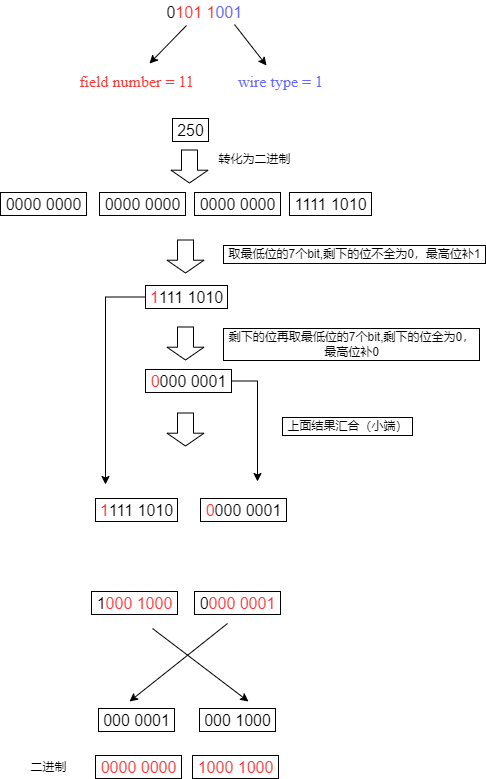
The draw.io diagram protobuf/demo1.png in sihaibao/note, before a commit. Source tidied: cells renumbered, new cells last; positions are measured from the earlier drawing's top-left corner, leaving out a move shared by most shapes.
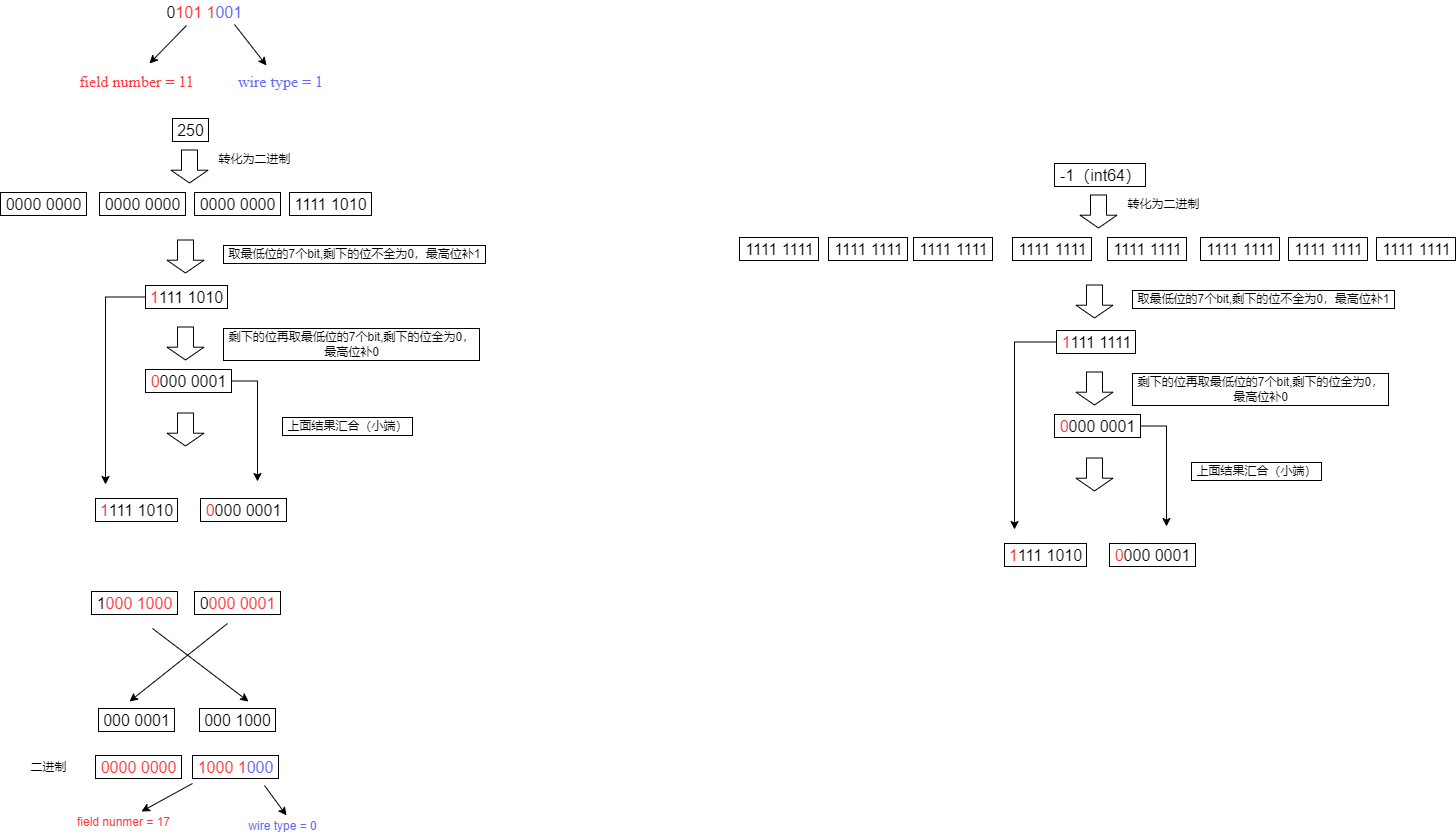
After the commit.

Diff of the diagram source:
```diff
@@ -123,11 +123,114 @@
     <mxCell id="32" value="000 1000" style="text;html=1;align=center;verticalAlign=middle;strokeColor=default;fillColor=none;fontSize=16;" parent="1" vertex="1">
       <mxGeometry x="199" y="708" width="76" height="23" as="geometry" />
     </mxCell>
-    <mxCell id="33" value="&lt;font color=&quot;#ff3333&quot;&gt;1000 1000&lt;/font&gt;" style="text;html=1;align=center;verticalAlign=middle;strokeColor=default;fillColor=none;fontSize=16;" parent="1" vertex="1">
+    <mxCell id="33" value="&lt;font color=&quot;#ff3333&quot;&gt;1000 1&lt;/font&gt;&lt;font color=&quot;#6666ff&quot;&gt;000&lt;/font&gt;" style="text;html=1;align=center;verticalAlign=middle;strokeColor=default;fillColor=none;fontSize=16;" parent="1" vertex="1">
       <mxGeometry x="192" y="755" width="86" height="23" as="geometry" />
     </mxCell>
     <mxCell id="34" value="&lt;font color=&quot;#ff3333&quot;&gt;0000 0000&lt;/font&gt;" style="text;html=1;align=center;verticalAlign=middle;strokeColor=default;fillColor=none;fontSize=16;" parent="1" vertex="1">
       <mxGeometry x="95" y="755" width="86" height="23" as="geometry" />
     </mxCell>
+    <mxCell id="35" style="endArrow=classic;html=1;rounded=0;fontColor=#6666FF;" parent="1" edge="1">
+      <mxGeometry relative="1" as="geometry">
+        <mxPoint x="264" y="785" as="sourcePoint" />
+        <mxPoint x="286" y="815" as="targetPoint" />
+      </mxGeometry>
+    </mxCell>
+    <mxCell id="36" style="endArrow=classic;html=1;rounded=0;fontColor=#6666FF;" parent="1" edge="1">
+      <mxGeometry relative="1" as="geometry">
+        <mxPoint x="192" y="783" as="sourcePoint" />
+        <mxPoint x="141" y="811" as="targetPoint" />
+      </mxGeometry>
+    </mxCell>
+    <mxCell id="37" value="&lt;font color=&quot;#ff3333&quot;&gt;field nunmer = 17&lt;/font&gt;" style="text;html=1;align=center;verticalAlign=middle;strokeColor=none;fillColor=none;fontColor=#6666FF;" parent="1" vertex="1">
+      <mxGeometry x="71" y="813" width="103" height="18" as="geometry" />
+    </mxCell>
+    <mxCell id="38" value="wire type = 0" style="text;html=1;align=center;verticalAlign=middle;strokeColor=none;fillColor=none;fontColor=#6666FF;" parent="1" vertex="1">
+      <mxGeometry x="243" y="817" width="78" height="18" as="geometry" />
+    </mxCell>
+    <mxCell id="39" value="1111 1111" style="text;html=1;align=center;verticalAlign=middle;strokeColor=default;fillColor=none;fontSize=16;" parent="1" vertex="1">
+      <mxGeometry x="1200" y="237" width="79" height="23" as="geometry" />
+    </mxCell>
+    <mxCell id="40" value="1111 1111" style="text;html=1;align=center;verticalAlign=middle;strokeColor=default;fillColor=none;fontSize=16;" parent="1" vertex="1">
+      <mxGeometry x="1107" y="237" width="79" height="23" as="geometry" />
+    </mxCell>
+    <mxCell id="41" value="1111 1111" style="text;html=1;align=center;verticalAlign=middle;strokeColor=default;fillColor=none;fontSize=16;" parent="1" vertex="1">
+      <mxGeometry x="913" y="237" width="79" height="23" as="geometry" />
+    </mxCell>
+    <mxCell id="42" value="1111 1111" style="text;html=1;align=center;verticalAlign=middle;strokeColor=default;fillColor=none;fontSize=16;" parent="1" vertex="1">
+      <mxGeometry x="1012" y="237" width="79" height="23" as="geometry" />
+    </mxCell>
+    <mxCell id="43" value="-1（int64）" style="text;html=1;align=center;verticalAlign=middle;strokeColor=default;fillColor=none;fontSize=16;" parent="1" vertex="1">
+      <mxGeometry x="1054" y="163" width="91" height="23" as="geometry" />
+    </mxCell>
+    <mxCell id="44" style="shape=flexArrow;endArrow=classic;html=1;rounded=0;width=16;endSize=3.93;" parent="1" edge="1">
+      <mxGeometry relative="1" as="geometry">
+        <mxPoint x="1098" y="194" as="sourcePoint" />
+        <mxPoint x="1098" y="228" as="targetPoint" />
+      </mxGeometry>
+    </mxCell>
+    <mxCell id="45" value="转化为二进制" style="text;html=1;align=center;verticalAlign=middle;strokeColor=none;fillColor=none;" parent="1" vertex="1">
+      <mxGeometry x="1122" y="195" width="82" height="18" as="geometry" />
+    </mxCell>
+    <mxCell id="46" style="shape=flexArrow;endArrow=classic;html=1;rounded=0;width=16;endSize=3.93;" parent="1" edge="1">
+      <mxGeometry relative="1" as="geometry">
+        <mxPoint x="1094" y="284" as="sourcePoint" />
+        <mxPoint x="1094" y="318" as="targetPoint" />
+      </mxGeometry>
+    </mxCell>
+    <mxCell id="47" value="取最低位的7个bit,剩下的位不全为0，最高位补1" style="text;html=1;align=center;verticalAlign=middle;strokeColor=default;fillColor=none;" parent="1" vertex="1">
+      <mxGeometry x="1132" y="290" width="262" height="18" as="geometry" />
+    </mxCell>
+    <mxCell id="48" style="edgeStyle=orthogonalEdgeStyle;rounded=0;jettySize=auto;html=1;fontColor=#000000;" parent="1" edge="1" source="49">
+      <mxGeometry relative="1" as="geometry">
+        <mxPoint x="1014" y="529" as="targetPoint" />
+      </mxGeometry>
+    </mxCell>
+    <mxCell id="49" value="&lt;font color=&quot;#ff3333&quot;&gt;1&lt;/font&gt;111 1111" style="text;html=1;align=center;verticalAlign=middle;points=[];strokeColor=default;fillColor=none;fontSize=16;" parent="1" vertex="1">
+      <mxGeometry x="1056" y="330" width="79" height="23" as="geometry" />
+    </mxCell>
+    <mxCell id="50" value="剩下的位再取最低位的7个bit,剩下的位全为0，&lt;br&gt;最高位补0" style="text;html=1;align=center;verticalAlign=middle;strokeColor=default;fillColor=none;" parent="1" vertex="1">
+      <mxGeometry x="1132" y="373" width="256" height="32" as="geometry" />
+    </mxCell>
+    <mxCell id="51" style="shape=flexArrow;endArrow=classic;html=1;rounded=0;width=16;endSize=3.93;" parent="1" edge="1">
+      <mxGeometry relative="1" as="geometry">
+        <mxPoint x="1094" y="371" as="sourcePoint" />
+        <mxPoint x="1094" y="405" as="targetPoint" />
+      </mxGeometry>
+    </mxCell>
+    <mxCell id="52" style="edgeStyle=orthogonalEdgeStyle;rounded=0;jettySize=auto;html=1;fontColor=#000000;" parent="1" edge="1" source="53">
+      <mxGeometry relative="1" as="geometry">
+        <mxPoint x="1166" y="526" as="targetPoint" />
+      </mxGeometry>
+    </mxCell>
+    <mxCell id="53" value="&lt;font color=&quot;#ff3333&quot;&gt;0&lt;/font&gt;000 0001" style="text;html=1;align=center;verticalAlign=middle;points=[];strokeColor=default;fillColor=none;fontSize=16;" parent="1" vertex="1">
+      <mxGeometry x="1054" y="414" width="86" height="23" as="geometry" />
+    </mxCell>
+    <mxCell id="54" style="shape=flexArrow;endArrow=classic;html=1;rounded=0;width=16;endSize=3.93;" parent="1" edge="1">
+      <mxGeometry relative="1" as="geometry">
+        <mxPoint x="1094" y="457" as="sourcePoint" />
+        <mxPoint x="1094" y="491" as="targetPoint" />
+      </mxGeometry>
+    </mxCell>
+    <mxCell id="55" value="上面结果汇合（小端）" style="text;html=1;align=center;verticalAlign=middle;strokeColor=default;fillColor=none;fontColor=#000000;" parent="1" vertex="1">
+      <mxGeometry x="1191" y="462" width="130" height="18" as="geometry" />
+    </mxCell>
+    <mxCell id="56" value="&lt;font color=&quot;#ff3333&quot;&gt;1&lt;/font&gt;111 1010" style="text;html=1;align=center;verticalAlign=middle;strokeColor=default;fillColor=none;fontSize=16;" parent="1" vertex="1">
+      <mxGeometry x="1004" y="543" width="82" height="23" as="geometry" />
+    </mxCell>
+    <mxCell id="57" value="&lt;font color=&quot;#ff3333&quot;&gt;0&lt;/font&gt;000 0001" style="text;html=1;align=center;verticalAlign=middle;strokeColor=default;fillColor=none;fontSize=16;" parent="1" vertex="1">
+      <mxGeometry x="1109" y="543" width="86" height="23" as="geometry" />
+    </mxCell>
+    <mxCell id="58" value="1111 1111" style="text;html=1;align=center;verticalAlign=middle;strokeColor=default;fillColor=none;fontSize=16;" parent="1" vertex="1">
+      <mxGeometry x="1288" y="237" width="79" height="23" as="geometry" />
+    </mxCell>
+    <mxCell id="59" value="1111 1111" style="text;html=1;align=center;verticalAlign=middle;strokeColor=default;fillColor=none;fontSize=16;" parent="1" vertex="1">
+      <mxGeometry x="1376" y="237" width="79" height="23" as="geometry" />
+    </mxCell>
+    <mxCell id="60" value="1111 1111" style="text;html=1;align=center;verticalAlign=middle;strokeColor=default;fillColor=none;fontSize=16;" parent="1" vertex="1">
+      <mxGeometry x="828" y="237" width="79" height="23" as="geometry" />
+    </mxCell>
+    <mxCell id="61" value="1111 1111" style="text;html=1;align=center;verticalAlign=middle;strokeColor=default;fillColor=none;fontSize=16;" parent="1" vertex="1">
+      <mxGeometry x="739" y="237" width="79" height="23" as="geometry" />
+    </mxCell>
   </root>
 </mxGraphModel>
```
